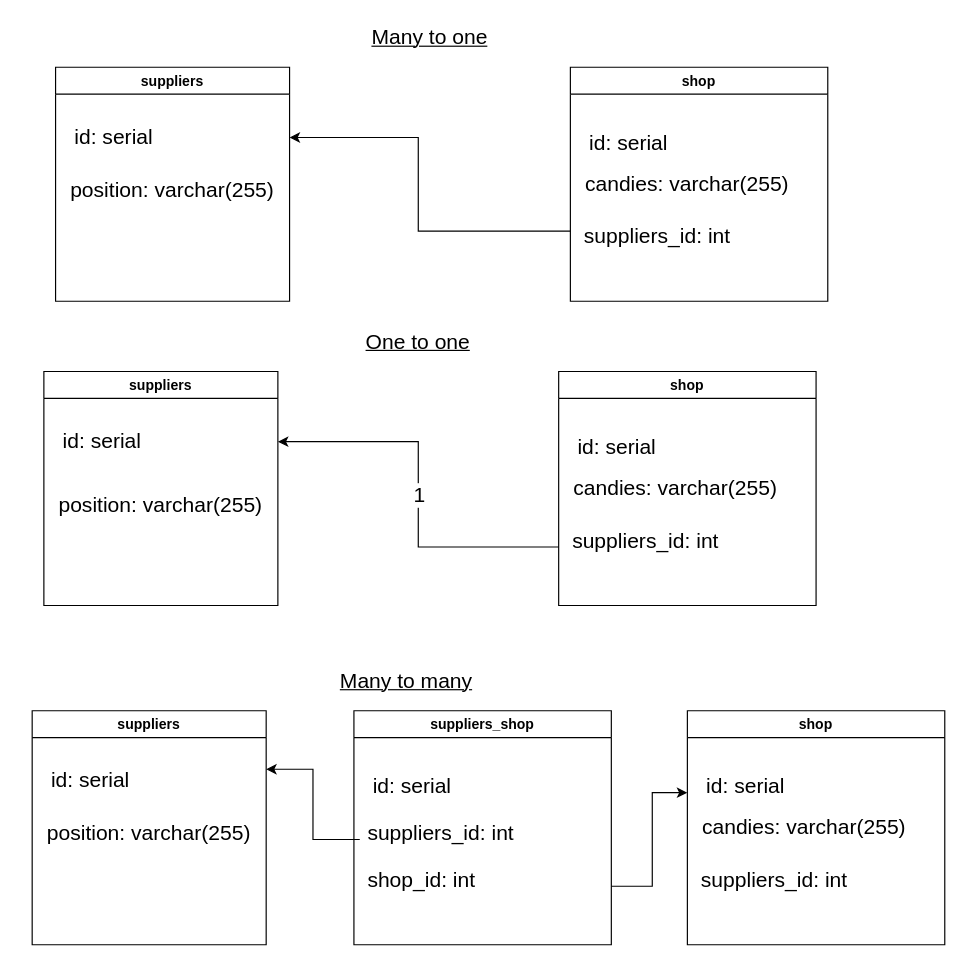
This is sql/Untitled Diagram.drawio from Skafishka/job4j_design, a draw.io file, before an edit. Source tidied: cells renumbered, new cells numbered last; positions are measured from the earlier drawing's top-left corner, leaving out a move shared by most shapes. Both pictures are drawn from the tidied source at 117%, with x=0, y=0 at pixel (20, 20).
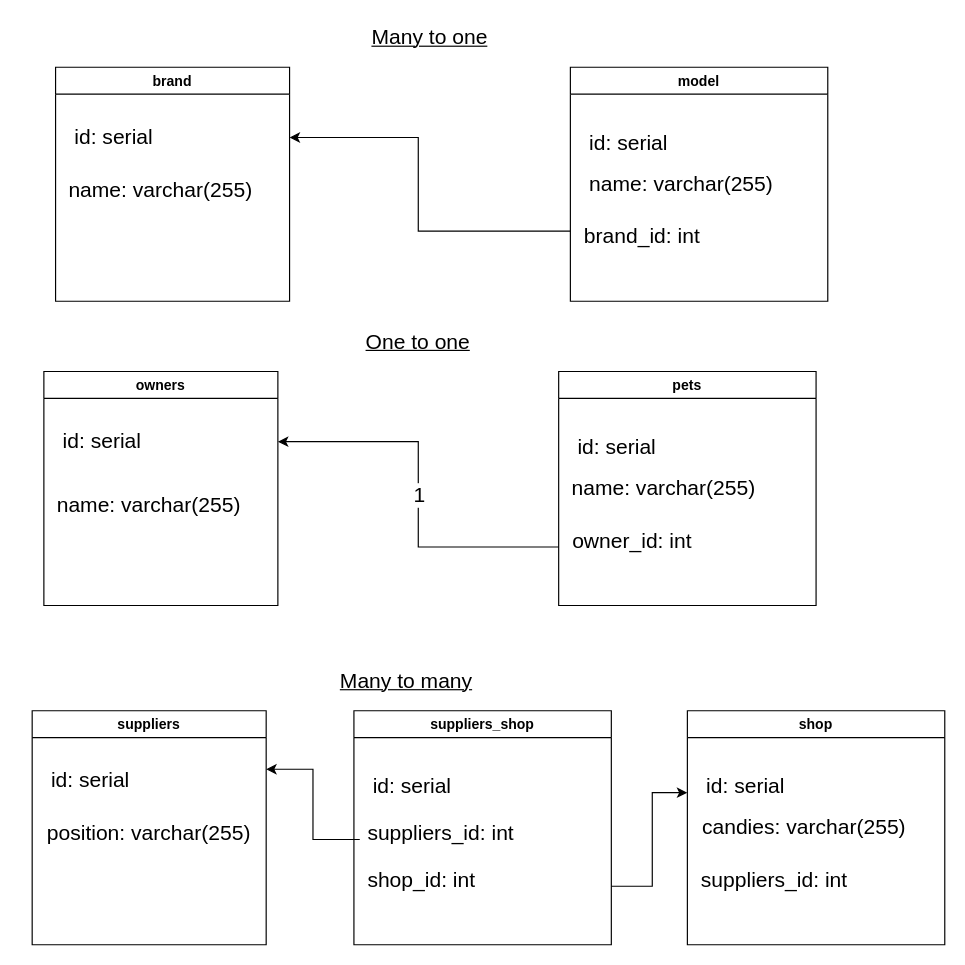
Above is the later version.

Commit message:
0.1. Connections between tables [#373615 #358066].drawio

The edit, as a diff of the source:
```diff
@@
-    <mxCell id="2" value="suppliers" style="swimlane;" parent="1" vertex="1">
+    <mxCell id="2" value="brand" style="swimlane;startSize=23;" parent="1" vertex="1">
       <mxGeometry x="30" y="40" width="200" height="200" as="geometry" />
     </mxCell>
@@
-    <mxCell id="4" value="&lt;span style=&quot;font-size: 18px&quot;&gt;position: varchar(255)&lt;/span&gt;" style="text;html=1;strokeColor=none;fillColor=none;align=center;verticalAlign=middle;whiteSpace=wrap;rounded=0;" parent="2" vertex="1">
-      <mxGeometry x="10" y="90" width="180" height="30" as="geometry" />
+    <mxCell id="4" value="&lt;span style=&quot;font-size: 18px&quot;&gt;name: varchar(255)&lt;/span&gt;" style="text;html=1;strokeColor=none;fillColor=none;align=center;verticalAlign=middle;whiteSpace=wrap;rounded=0;" parent="2" vertex="1">
+      <mxGeometry x="10" y="90" width="160" height="30" as="geometry" />
     </mxCell>
-    <mxCell id="5" value="shop" style="swimlane;startSize=23;" parent="1" vertex="1">
+    <mxCell id="5" value="model" style="swimlane;startSize=23;" parent="1" vertex="1">
       <mxGeometry x="470" y="40" width="220" height="200" as="geometry" />
     </mxCell>
@@
-    <mxCell id="7" value="&lt;span style=&quot;font-size: 18px&quot;&gt;candies: varchar(255)&lt;/span&gt;" style="text;html=1;strokeColor=none;fillColor=none;align=center;verticalAlign=middle;whiteSpace=wrap;rounded=0;" parent="5" vertex="1">
-      <mxGeometry x="10" y="85" width="180" height="30" as="geometry" />
+    <mxCell id="7" value="&lt;span style=&quot;font-size: 18px&quot;&gt;name: varchar(255)&lt;/span&gt;" style="text;html=1;strokeColor=none;fillColor=none;align=center;verticalAlign=middle;whiteSpace=wrap;rounded=0;" parent="5" vertex="1">
+      <mxGeometry x="10" y="85" width="170" height="30" as="geometry" />
     </mxCell>
-    <mxCell id="8" value="&lt;span style=&quot;font-size: 18px&quot;&gt;suppliers_id: int&lt;/span&gt;" style="text;html=1;strokeColor=none;fillColor=none;align=left;verticalAlign=middle;whiteSpace=wrap;rounded=0;" parent="5" vertex="1">
+    <mxCell id="8" value="&lt;span style=&quot;font-size: 18px&quot;&gt;brand_id: int&lt;/span&gt;" style="text;html=1;strokeColor=none;fillColor=none;align=left;verticalAlign=middle;whiteSpace=wrap;rounded=0;" parent="5" vertex="1">
       <mxGeometry x="10" y="130" width="150" height="30" as="geometry" />
     </mxCell>
@@
-    <mxCell id="11" value="suppliers" style="swimlane;" parent="1" vertex="1">
+    <mxCell id="11" value="owners" style="swimlane;" parent="1" vertex="1">
       <mxGeometry x="20" y="300" width="200" height="200" as="geometry" />
     </mxCell>
@@
-    <mxCell id="13" value="&lt;span style=&quot;font-size: 18px&quot;&gt;position: varchar(255)&lt;/span&gt;" style="text;html=1;strokeColor=none;fillColor=none;align=center;verticalAlign=middle;whiteSpace=wrap;rounded=0;" parent="11" vertex="1">
-      <mxGeometry x="10" y="100" width="180" height="30" as="geometry" />
+    <mxCell id="13" value="&lt;span style=&quot;font-size: 18px&quot;&gt;name: varchar(255)&lt;/span&gt;" style="text;html=1;strokeColor=none;fillColor=none;align=center;verticalAlign=middle;whiteSpace=wrap;rounded=0;" parent="11" vertex="1">
+      <mxGeometry x="10" y="100" width="160" height="30" as="geometry" />
     </mxCell>
-    <mxCell id="14" value="shop" style="swimlane;startSize=23;" parent="1" vertex="1">
+    <mxCell id="14" value="pets" style="swimlane;startSize=23;" parent="1" vertex="1">
       <mxGeometry x="460" y="300" width="220" height="200" as="geometry" />
     </mxCell>
@@
-    <mxCell id="16" value="&lt;span style=&quot;font-size: 18px&quot;&gt;candies: varchar(255)&lt;/span&gt;" style="text;html=1;strokeColor=none;fillColor=none;align=center;verticalAlign=middle;whiteSpace=wrap;rounded=0;" parent="14" vertex="1">
-      <mxGeometry x="10" y="85" width="180" height="30" as="geometry" />
+    <mxCell id="16" value="&lt;span style=&quot;font-size: 18px&quot;&gt;name: varchar(255)&lt;/span&gt;" style="text;html=1;strokeColor=none;fillColor=none;align=center;verticalAlign=middle;whiteSpace=wrap;rounded=0;" parent="14" vertex="1">
+      <mxGeometry x="10" y="85" width="160" height="30" as="geometry" />
     </mxCell>
-    <mxCell id="17" value="&lt;span style=&quot;font-size: 18px&quot;&gt;suppliers_id: int&lt;/span&gt;" style="text;html=1;strokeColor=none;fillColor=none;align=left;verticalAlign=middle;whiteSpace=wrap;rounded=0;" parent="14" vertex="1">
+    <mxCell id="17" value="&lt;span style=&quot;font-size: 18px&quot;&gt;owner_id: int&lt;/span&gt;" style="text;html=1;strokeColor=none;fillColor=none;align=left;verticalAlign=middle;whiteSpace=wrap;rounded=0;" parent="14" vertex="1">
       <mxGeometry x="10" y="130" width="150" height="30" as="geometry" />
     </mxCell>
```
